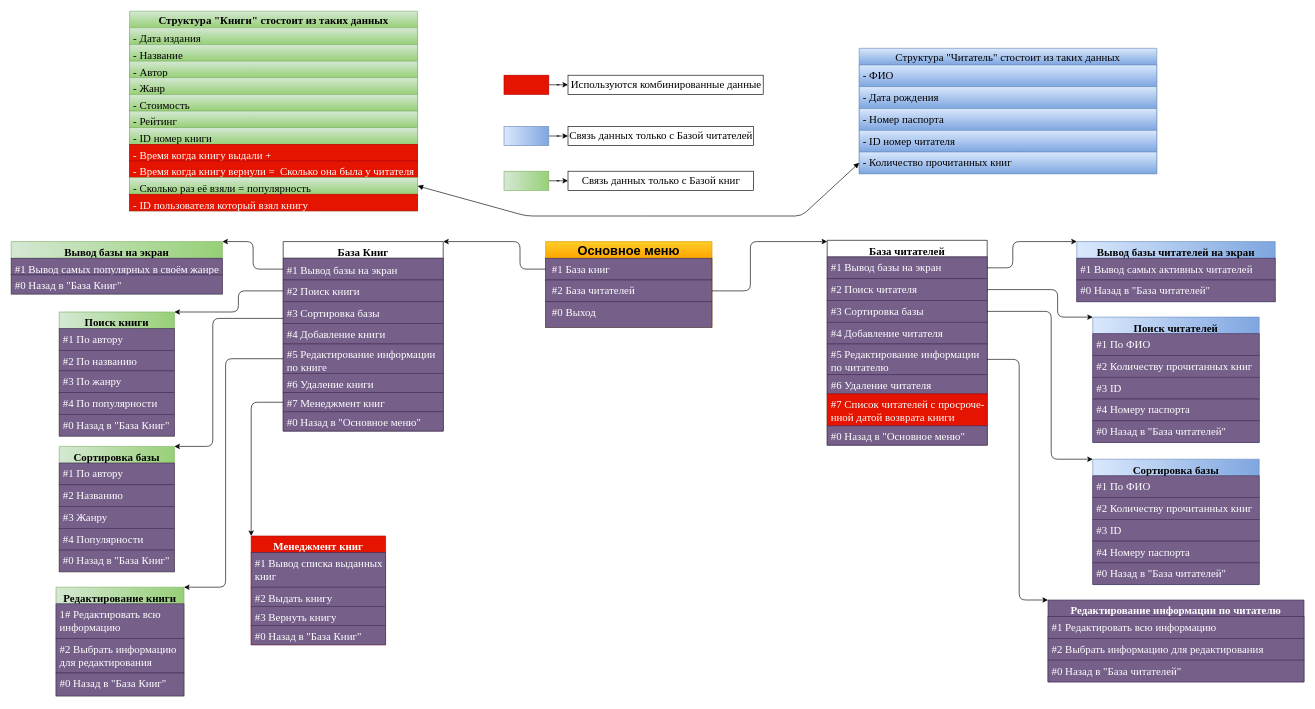
KvasAL/Digital-Library keeps this draw.io diagram as Application operation diagram.drawio. Above is the earlier version. Source tidied: cells renumbered, new cells numbered last; positions are measured from the earlier drawing's top-left corner, leaving out a move shared by most shapes. Both pictures are drawn from the tidied source at 64%, with x=0, y=0 at pixel (11, 11).
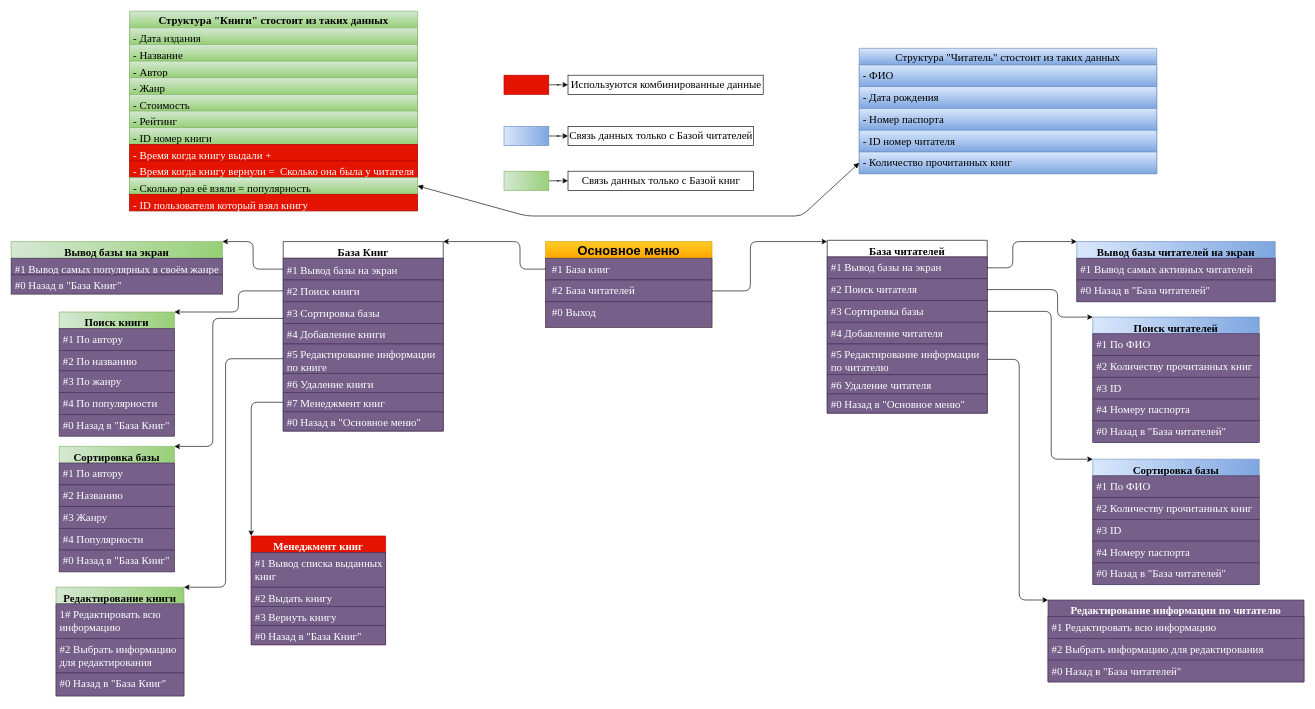
Above is the later version.

The edit, as a diff of the source:
```diff
@@
     <mxCell id="66" value="База читателей" style="swimlane;fontStyle=1;align=center;verticalAlign=top;horizontal=1;startSize=26;rounded=0;shadow=0;glass=0;sketch=0;fontFamily=Times New Roman;fontSize=17;strokeColor=default;strokeWidth=1;fillColor=default;gradientColor=none;gradientDirection=east;" parent="1" vertex="1">
-      <mxGeometry x="1275" y="358" width="250" height="320" as="geometry" />
+      <mxGeometry x="1275" y="358" width="250" height="270" as="geometry" />
     </mxCell>
@@
-    <mxCell id="73" value="#7 Список читателей с просроче-&#10;нной датой возврата книги" style="text;strokeColor=#B20000;fillColor=#e51400;align=left;verticalAlign=top;spacingLeft=4;spacingRight=4;overflow=hidden;rounded=0;shadow=0;glass=0;sketch=0;fontFamily=Times New Roman;fontSize=17;fontColor=#ffffff;" parent="66" vertex="1">
-      <mxGeometry y="240" width="250" height="50" as="geometry" />
-    </mxCell>
     <mxCell id="74" value="#0 Назад в &quot;Основное меню&quot;" style="text;strokeColor=#432D57;fillColor=#76608a;align=left;verticalAlign=top;spacingLeft=4;spacingRight=4;overflow=hidden;rounded=0;shadow=0;glass=0;sketch=0;fontFamily=Times New Roman;fontSize=17;fontColor=#ffffff;" parent="66" vertex="1">
-      <mxGeometry y="290" width="250" height="30" as="geometry" />
+      <mxGeometry y="240" width="250" height="30" as="geometry" />
     </mxCell>
```
